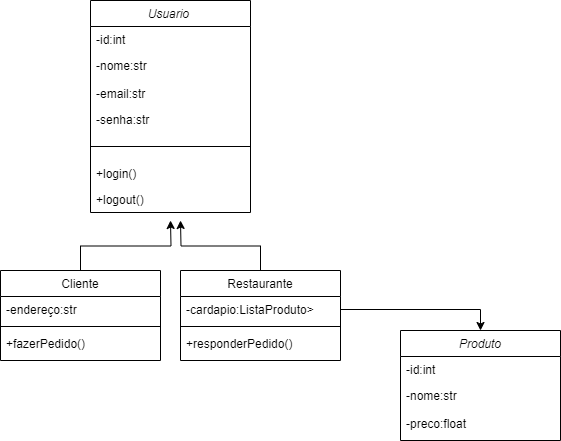
This is Diagrama de classes DSC.png from luisfelipesantiago/Diagrama-de-classes, a draw.io export, as it was before one commit. Source tidied: cells renumbered, new cells last; positions are measured from the earlier drawing's top-left corner, leaving out a move shared by most shapes.
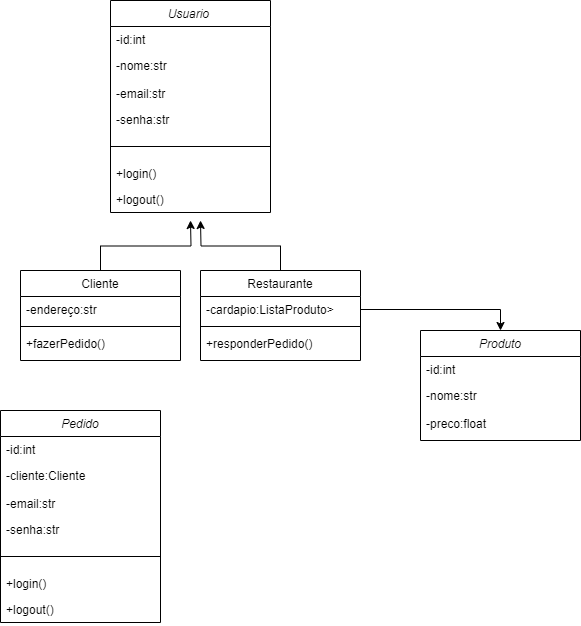
Later version of the same file.

Change to the diagram source:
```diff
@@ -75,5 +75,29 @@
     <mxCell id="24" style="edgeStyle=orthogonalEdgeStyle;rounded=0;jettySize=auto;html=1;exitX=1;exitY=0.5;exitDx=0;exitDy=0;entryX=0.5;entryY=0;entryDx=0;entryDy=0;" parent="1" edge="1" source="17" target="20">
       <mxGeometry relative="1" as="geometry" />
     </mxCell>
+    <mxCell id="25" value="Pedido" style="swimlane;fontStyle=2;align=center;verticalAlign=top;horizontal=1;startSize=26;rounded=0;shadow=0;strokeWidth=1;" parent="1" vertex="1">
+      <mxGeometry x="-20" y="410" width="160" height="212" as="geometry" />
+    </mxCell>
+    <mxCell id="26" value="-id:int" style="text;align=left;verticalAlign=top;spacingLeft=4;spacingRight=4;overflow=hidden;" parent="25" vertex="1">
+      <mxGeometry y="26" width="160" height="26" as="geometry" />
+    </mxCell>
+    <mxCell id="27" value="-cliente:Cliente" style="text;align=left;verticalAlign=top;spacingLeft=4;spacingRight=4;overflow=hidden;rounded=0;shadow=0;html=0;" parent="25" vertex="1">
+      <mxGeometry y="52" width="160" height="28" as="geometry" />
+    </mxCell>
+    <mxCell id="28" value="-email:str&#10;" style="text;align=left;verticalAlign=top;spacingLeft=4;spacingRight=4;overflow=hidden;rounded=0;shadow=0;html=0;" parent="25" vertex="1">
+      <mxGeometry y="80" width="160" height="26" as="geometry" />
+    </mxCell>
+    <mxCell id="29" value="-senha:str&#10;" style="text;align=left;verticalAlign=top;spacingLeft=4;spacingRight=4;overflow=hidden;rounded=0;shadow=0;html=0;" parent="25" vertex="1">
+      <mxGeometry y="106" width="160" height="26" as="geometry" />
+    </mxCell>
+    <mxCell id="30" style="line;html=1;strokeWidth=1;align=left;verticalAlign=middle;spacingTop=-1;spacingLeft=3;spacingRight=3;labelPosition=right;" parent="25" vertex="1">
+      <mxGeometry y="132" width="160" height="28" as="geometry" />
+    </mxCell>
+    <mxCell id="31" value="+login()" style="text;align=left;verticalAlign=top;spacingLeft=4;spacingRight=4;overflow=hidden;rounded=0;shadow=0;html=0;" parent="25" vertex="1">
+      <mxGeometry y="160" width="160" height="26" as="geometry" />
+    </mxCell>
+    <mxCell id="32" value="+logout()" style="text;align=left;verticalAlign=top;spacingLeft=4;spacingRight=4;overflow=hidden;rounded=0;shadow=0;html=0;" parent="25" vertex="1">
+      <mxGeometry y="186" width="160" height="26" as="geometry" />
+    </mxCell>
   </root>
 </mxGraphModel>
```
